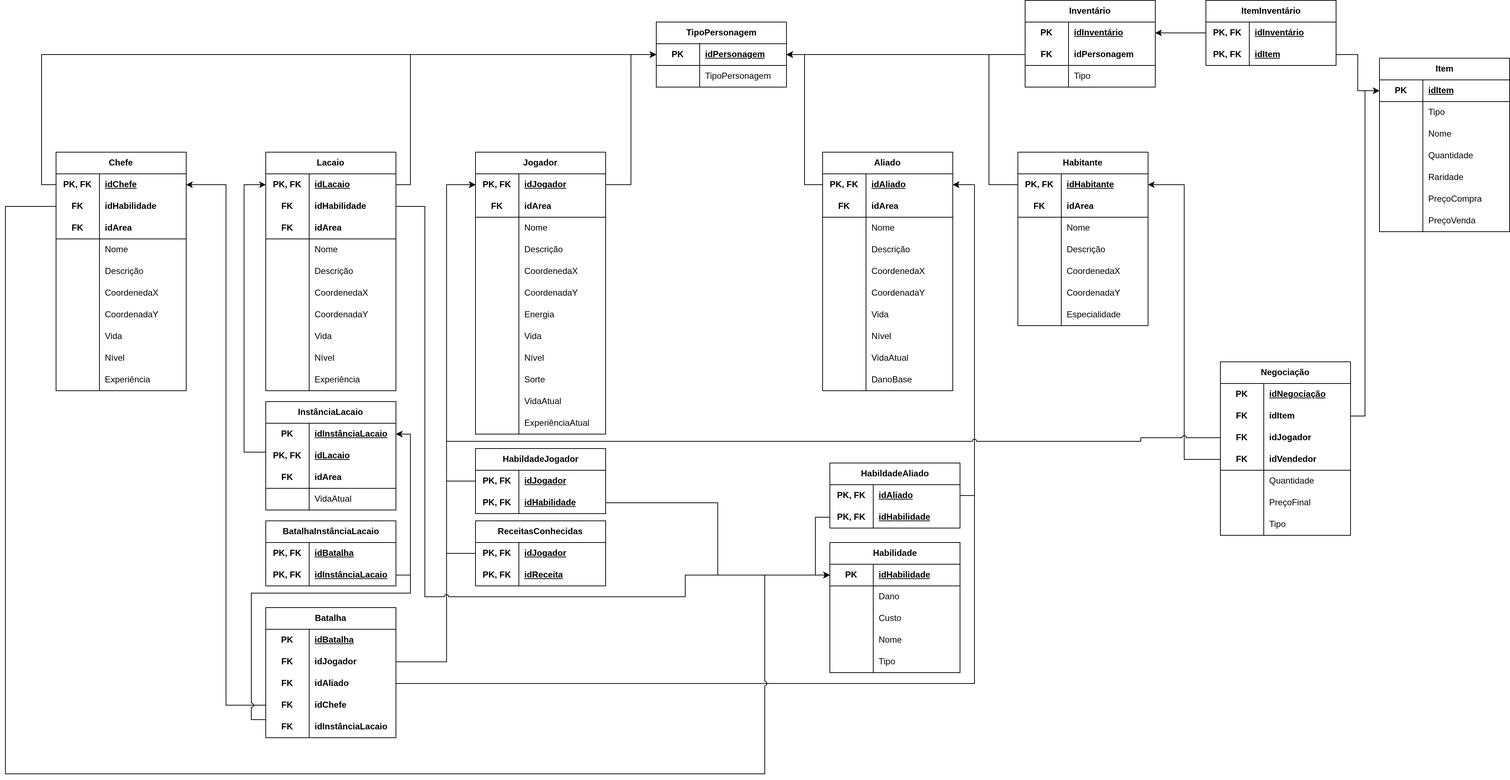
Above: docs/assets/modelo-relacional-personagem-v1.1.png in SBD1/2025.1-Marventura (draw.io), before the change. Source tidied: cells renumbered, new cells last; positions are measured from the earlier drawing's top-left corner, leaving out a move shared by most shapes.
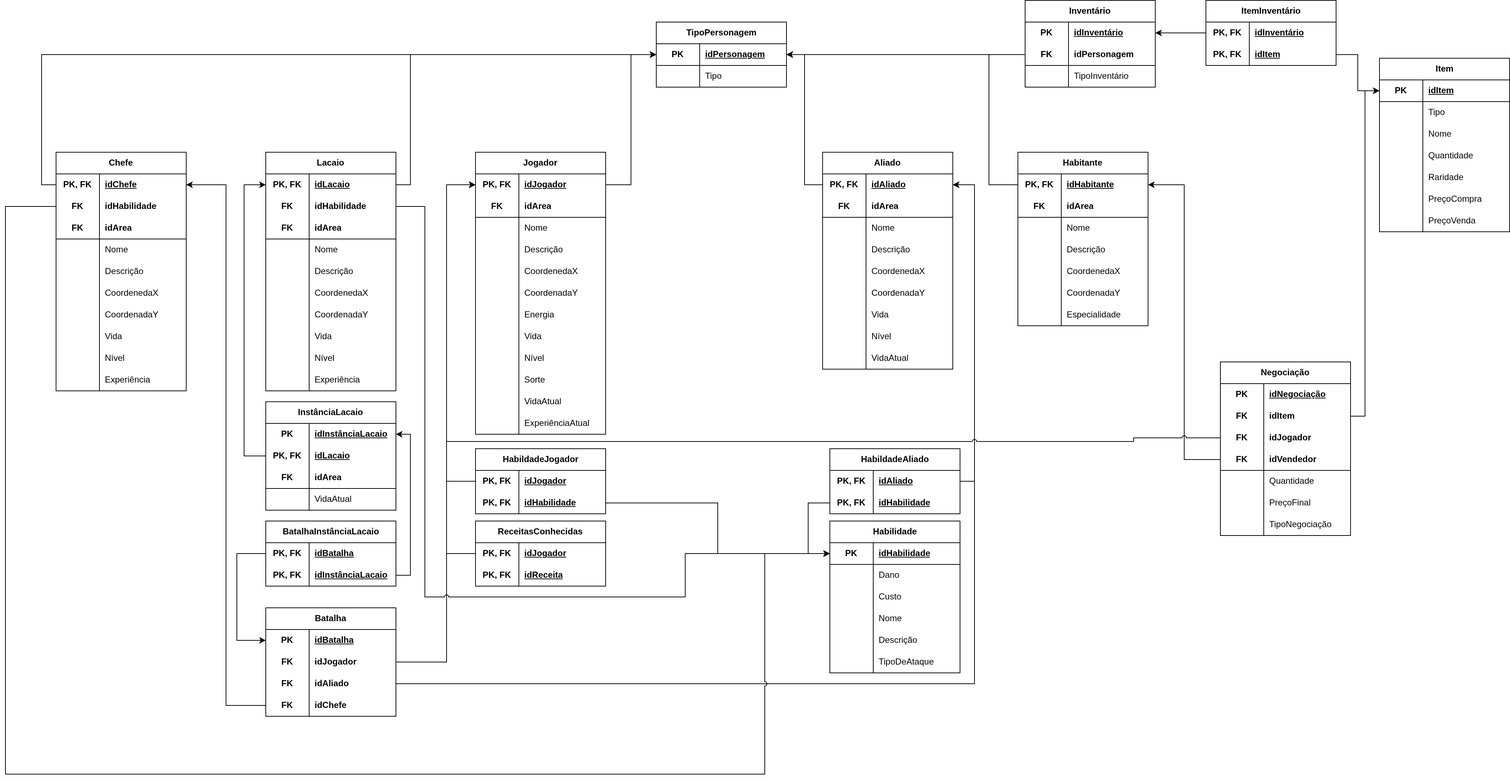
After the commit.

What changed in the source:
```diff
@@ -3,7 +3,7 @@
     <mxCell id="0" />
     <mxCell id="1" parent="0" />
     <mxCell id="2" value="HabildadeAliado" style="shape=table;startSize=30;rowLines=0;fontStyle=1;align=center;html=1;" parent="1" vertex="1">
-      <mxGeometry x="1140" y="640" width="180" height="90" as="geometry" />
+      <mxGeometry x="1140" y="620" width="180" height="90" as="geometry" />
     </mxCell>
     <mxCell id="3" style="shape=tableRow;horizontal=0;startSize=0;swimlaneHead=0;swimlaneBody=0;fillColor=none;points=[[0,0.5],[1,0.5]];portConstraint=eastwest;top=0;left=0;right=0;bottom=0;" parent="2" vertex="1">
       <mxGeometry y="30" width="180" height="30" as="geometry" />
@@ -105,7 +105,7 @@
       <mxGeometry x="60" width="120" height="30" as="geometry" />
     </mxCell>
     <mxCell id="36" value="Habilidade" style="shape=table;startSize=30;rowLines=0;fontStyle=1;align=center;html=1;" parent="1" vertex="1">
-      <mxGeometry x="1140" y="750" width="180" height="180" as="geometry" />
+      <mxGeometry x="1140" y="720" width="180" height="210" as="geometry" />
     </mxCell>
     <mxCell id="37" style="shape=tableRow;horizontal=0;startSize=0;swimlaneHead=0;swimlaneBody=0;fillColor=none;points=[[0,0.5],[1,0.5]];portConstraint=eastwest;top=0;left=0;right=0;bottom=1;" parent="36" vertex="1">
       <mxGeometry y="30" width="180" height="30" as="geometry" />
@@ -143,13 +143,22 @@
     <mxCell id="48" value="Nome" style="shape=partialRectangle;fillColor=none;top=0;left=0;bottom=0;right=0;align=left;spacingLeft=6;overflow=hidden;whiteSpace=wrap;html=1;" parent="46" vertex="1">
       <mxGeometry x="60" width="120" height="30" as="geometry" />
     </mxCell>
+    <mxCell id="320" style="shape=tableRow;horizontal=0;startSize=0;swimlaneHead=0;swimlaneBody=0;fillColor=none;top=0;left=0;right=0;bottom=0;" parent="36" vertex="1">
+      <mxGeometry y="150" width="180" height="30" as="geometry" />
+    </mxCell>
+    <mxCell id="125" style="shape=partialRectangle;fillColor=none;top=0;left=0;bottom=0;right=0;overflow=hidden;whiteSpace=wrap;html=1;" parent="320" vertex="1">
+      <mxGeometry width="60" height="30" as="geometry" />
+    </mxCell>
+    <mxCell id="321" value="Descrição" style="shape=partialRectangle;fillColor=none;top=0;left=0;bottom=0;right=0;align=left;spacingLeft=6;overflow=hidden;whiteSpace=wrap;html=1;" parent="320" vertex="1">
+      <mxGeometry x="60" width="120" height="30" as="geometry" />
+    </mxCell>
     <mxCell id="49" style="shape=tableRow;horizontal=0;startSize=0;swimlaneHead=0;swimlaneBody=0;fillColor=none;top=0;left=0;right=0;bottom=0;" parent="36" vertex="1">
-      <mxGeometry y="150" width="180" height="30" as="geometry" />
+      <mxGeometry y="180" width="180" height="30" as="geometry" />
     </mxCell>
     <mxCell id="50" style="shape=partialRectangle;fillColor=none;top=0;left=0;bottom=0;right=0;overflow=hidden;whiteSpace=wrap;html=1;" parent="49" vertex="1">
       <mxGeometry width="60" height="30" as="geometry" />
     </mxCell>
-    <mxCell id="51" value="Tipo" style="shape=partialRectangle;fillColor=none;top=0;left=0;bottom=0;right=0;align=left;spacingLeft=6;overflow=hidden;whiteSpace=wrap;html=1;" parent="49" vertex="1">
+    <mxCell id="51" value="TipoDeAtaque" style="shape=partialRectangle;fillColor=none;top=0;left=0;bottom=0;right=0;align=left;spacingLeft=6;overflow=hidden;whiteSpace=wrap;html=1;" parent="49" vertex="1">
       <mxGeometry x="60" width="120" height="30" as="geometry" />
     </mxCell>
     <mxCell id="52" value="TipoPersonagem" style="shape=table;startSize=30;rowLines=0;fontStyle=1;align=center;html=1;" parent="1" vertex="1">
@@ -170,7 +179,7 @@
     <mxCell id="57" style="shape=partialRectangle;fillColor=none;top=0;left=0;bottom=0;right=0;overflow=hidden;whiteSpace=wrap;html=1;" parent="56" vertex="1">
       <mxGeometry width="60" height="30" as="geometry" />
     </mxCell>
-    <mxCell id="58" value="TipoPersonagem" style="shape=partialRectangle;fillColor=none;top=0;left=0;bottom=0;right=0;align=left;spacingLeft=6;overflow=hidden;whiteSpace=wrap;html=1;" parent="56" vertex="1">
+    <mxCell id="58" value="Tipo" style="shape=partialRectangle;fillColor=none;top=0;left=0;bottom=0;right=0;align=left;spacingLeft=6;overflow=hidden;whiteSpace=wrap;html=1;" parent="56" vertex="1">
       <mxGeometry x="60" width="120" height="30" as="geometry" />
     </mxCell>
     <mxCell id="59" value="&lt;span style=&quot;text-wrap-mode: nowrap;&quot;&gt;Jogador&lt;/span&gt;" style="shape=table;startSize=30;rowLines=0;fontStyle=1;align=center;html=1;whiteSpace=wrap;" parent="1" vertex="1">
@@ -285,7 +294,7 @@
       <mxGeometry x="60" width="120" height="30" as="geometry" />
     </mxCell>
     <mxCell id="96" value="Aliado" style="shape=table;startSize=30;rowLines=0;fontStyle=1;align=center;html=1;whiteSpace=wrap;" parent="1" vertex="1">
-      <mxGeometry x="1130" y="210" width="180" height="330" as="geometry" />
+      <mxGeometry x="1130" y="210" width="180" height="300" as="geometry" />
     </mxCell>
     <mxCell id="97" style="shape=tableRow;horizontal=0;startSize=0;swimlaneHead=0;swimlaneBody=0;fillColor=none;points=[[0,0.5],[1,0.5]];portConstraint=eastwest;top=0;left=0;right=0;bottom=0;html=1;" parent="96" vertex="1">
       <mxGeometry y="30" width="180" height="30" as="geometry" />
@@ -368,15 +377,6 @@
     <mxCell id="123" value="VidaAtual" style="shape=partialRectangle;fillColor=none;top=0;left=0;bottom=0;right=0;align=left;spacingLeft=6;overflow=hidden;whiteSpace=wrap;html=1;" parent="121" vertex="1">
       <mxGeometry x="60" width="120" height="30" as="geometry" />
     </mxCell>
-    <mxCell id="124" style="shape=tableRow;horizontal=0;startSize=0;swimlaneHead=0;swimlaneBody=0;fillColor=none;top=0;left=0;right=0;bottom=0;" parent="96" vertex="1">
-      <mxGeometry y="300" width="180" height="30" as="geometry" />
-    </mxCell>
-    <mxCell id="125" style="shape=partialRectangle;fillColor=none;top=0;left=0;bottom=0;right=0;overflow=hidden;whiteSpace=wrap;html=1;" parent="124" vertex="1">
-      <mxGeometry width="60" height="30" as="geometry" />
-    </mxCell>
-    <mxCell id="126" value="DanoBase" style="shape=partialRectangle;fillColor=none;top=0;left=0;bottom=0;right=0;align=left;spacingLeft=6;overflow=hidden;whiteSpace=wrap;html=1;" parent="124" vertex="1">
-      <mxGeometry x="60" width="120" height="30" as="geometry" />
-    </mxCell>
     <mxCell id="127" style="edgeStyle=orthogonalEdgeStyle;rounded=0;jettySize=auto;html=1;entryX=1;entryY=0.5;entryDx=0;entryDy=0;exitX=0;exitY=0.5;exitDx=0;exitDy=0;" parent="1" edge="1" source="97" target="53">
       <mxGeometry relative="1" as="geometry" />
     </mxCell>
@@ -387,7 +387,12 @@
       <mxGeometry relative="1" as="geometry" />
     </mxCell>
     <mxCell id="130" style="edgeStyle=orthogonalEdgeStyle;rounded=0;jettySize=auto;html=1;exitX=0;exitY=0.5;exitDx=0;exitDy=0;entryX=0;entryY=0.5;entryDx=0;entryDy=0;" parent="1" edge="1" source="6" target="37">
-      <mxGeometry relative="1" as="geometry" />
+      <mxGeometry relative="1" as="geometry">
+        <Array as="points">
+          <mxPoint x="1110" y="695" />
+          <mxPoint x="1110" y="765" />
+        </Array>
+      </mxGeometry>
     </mxCell>
     <mxCell id="131" value="Inventário" style="shape=table;startSize=30;rowLines=0;fontStyle=1;align=center;html=1;whiteSpace=wrap;" parent="1" vertex="1">
       <mxGeometry x="1410" width="180" height="120" as="geometry" />
@@ -416,7 +421,7 @@
     <mxCell id="139" style="shape=partialRectangle;fillColor=none;top=0;left=0;bottom=0;right=0;overflow=hidden;html=1;whiteSpace=wrap;" parent="138" vertex="1">
       <mxGeometry width="60" height="30" as="geometry" />
     </mxCell>
-    <mxCell id="140" value="Tipo" style="shape=partialRectangle;fillColor=none;top=0;left=0;bottom=0;right=0;align=left;spacingLeft=6;overflow=hidden;html=1;whiteSpace=wrap;" parent="138" vertex="1">
+    <mxCell id="140" value="TipoInventário" style="shape=partialRectangle;fillColor=none;top=0;left=0;bottom=0;right=0;align=left;spacingLeft=6;overflow=hidden;html=1;whiteSpace=wrap;" parent="138" vertex="1">
       <mxGeometry x="60" width="120" height="30" as="geometry" />
     </mxCell>
     <mxCell id="141" style="edgeStyle=orthogonalEdgeStyle;rounded=0;jettySize=auto;html=1;entryX=1;entryY=0.5;entryDx=0;entryDy=0;" parent="1" edge="1" source="135" target="53">
@@ -497,7 +502,7 @@
     <mxCell id="166" style="edgeStyle=orthogonalEdgeStyle;rounded=0;jettySize=auto;html=1;entryX=0;entryY=0.5;entryDx=0;entryDy=0;exitX=0;exitY=0.5;exitDx=0;exitDy=0;" parent="1" edge="1" source="13" target="168">
       <mxGeometry relative="1" as="geometry">
         <Array as="points">
-          <mxPoint x="330" y="625" />
+          <mxPoint x="330" y="630" />
           <mxPoint x="330" y="255" />
         </Array>
       </mxGeometry>
@@ -703,7 +708,7 @@
       <mxGeometry relative="1" as="geometry" />
     </mxCell>
     <mxCell id="232" value="Batalha" style="shape=table;startSize=30;rowLines=0;fontStyle=1;align=center;html=1;whiteSpace=wrap;" parent="1" vertex="1">
-      <mxGeometry x="360" y="840" width="180" height="180" as="geometry" />
+      <mxGeometry x="360" y="840" width="180" height="150" as="geometry" />
     </mxCell>
     <mxCell id="233" style="shape=tableRow;horizontal=0;startSize=0;swimlaneHead=0;swimlaneBody=0;fillColor=none;points=[[0,0.5],[1,0.5]];portConstraint=eastwest;top=0;left=0;right=0;bottom=0;html=1;" parent="232" vertex="1">
       <mxGeometry y="30" width="180" height="30" as="geometry" />
@@ -741,19 +746,10 @@
     <mxCell id="244" value="idChefe" style="shape=partialRectangle;fillColor=none;top=0;left=0;bottom=0;right=0;align=left;spacingLeft=6;fontStyle=1;overflow=hidden;html=1;whiteSpace=wrap;" parent="242" vertex="1">
       <mxGeometry x="60" width="120" height="30" as="geometry" />
     </mxCell>
-    <mxCell id="245" style="shape=tableRow;horizontal=0;startSize=0;swimlaneHead=0;swimlaneBody=0;fillColor=none;points=[[0,0.5],[1,0.5]];portConstraint=eastwest;top=0;left=0;right=0;bottom=1;html=1;" parent="232" vertex="1">
-      <mxGeometry y="150" width="180" height="30" as="geometry" />
-    </mxCell>
-    <mxCell id="246" value="FK" style="shape=partialRectangle;fillColor=none;top=0;left=0;bottom=0;right=0;fontStyle=1;overflow=hidden;html=1;whiteSpace=wrap;" parent="245" vertex="1">
-      <mxGeometry width="60" height="30" as="geometry" />
-    </mxCell>
-    <mxCell id="247" value="idInstânciaLacaio" style="shape=partialRectangle;fillColor=none;top=0;left=0;bottom=0;right=0;align=left;spacingLeft=6;fontStyle=1;overflow=hidden;html=1;whiteSpace=wrap;" parent="245" vertex="1">
-      <mxGeometry x="60" width="120" height="30" as="geometry" />
-    </mxCell>
     <mxCell id="248" style="edgeStyle=orthogonalEdgeStyle;rounded=0;jettySize=auto;html=1;entryX=1;entryY=0.5;entryDx=0;entryDy=0;" parent="1" edge="1" source="242" target="199">
       <mxGeometry relative="1" as="geometry" />
     </mxCell>
-    <mxCell id="249" style="edgeStyle=orthogonalEdgeStyle;rounded=0;jettySize=auto;html=1;entryX=1;entryY=0.5;entryDx=0;entryDy=0;jumpStyle=arc;exitX=0;exitY=0.5;exitDx=0;exitDy=0;" parent="1" edge="1" source="245" target="10">
+    <mxCell id="249" style="edgeStyle=orthogonalEdgeStyle;rounded=0;jettySize=auto;html=1;entryX=1;entryY=0.5;entryDx=0;entryDy=0;jumpStyle=arc;exitX=0;exitY=0.5;exitDx=0;exitDy=0;" parent="1" edge="1" source="x" target="10">
       <mxGeometry relative="1" as="geometry">
         <Array as="points">
           <mxPoint x="360" y="995" />
@@ -786,7 +782,7 @@
           <mxPoint y="285" />
           <mxPoint y="1070" />
           <mxPoint x="1050" y="1070" />
-          <mxPoint x="1050" y="795" />
+          <mxPoint x="1050" y="765" />
         </Array>
       </mxGeometry>
     </mxCell>
@@ -796,7 +792,7 @@
           <mxPoint x="580" y="285" />
           <mxPoint x="580" y="825" />
           <mxPoint x="940" y="825" />
-          <mxPoint x="940" y="795" />
+          <mxPoint x="940" y="765" />
         </Array>
       </mxGeometry>
     </mxCell>
@@ -969,7 +965,7 @@
     <mxCell id="306" style="shape=partialRectangle;fillColor=none;top=0;left=0;bottom=0;right=0;overflow=hidden;html=1;whiteSpace=wrap;" parent="305" vertex="1">
       <mxGeometry width="60" height="30" as="geometry" />
     </mxCell>
-    <mxCell id="307" value="Tipo" style="shape=partialRectangle;fillColor=none;top=0;left=0;bottom=0;right=0;align=left;spacingLeft=6;overflow=hidden;html=1;whiteSpace=wrap;" parent="305" vertex="1">
+    <mxCell id="307" value="TipoNegociação" style="shape=partialRectangle;fillColor=none;top=0;left=0;bottom=0;right=0;align=left;spacingLeft=6;overflow=hidden;html=1;whiteSpace=wrap;" parent="305" vertex="1">
       <mxGeometry x="60" width="120" height="30" as="geometry" />
     </mxCell>
     <mxCell id="308" style="edgeStyle=orthogonalEdgeStyle;rounded=0;jettySize=auto;html=1;entryX=0;entryY=0.5;entryDx=0;entryDy=0;" parent="1" edge="1" source="290" target="144">
@@ -981,8 +977,8 @@
     <mxCell id="310" style="edgeStyle=orthogonalEdgeStyle;rounded=0;jettySize=auto;html=1;entryX=0;entryY=0.5;entryDx=0;entryDy=0;exitX=0;exitY=0.5;exitDx=0;exitDy=0;jumpStyle=arc;" parent="1" edge="1" source="293" target="60">
       <mxGeometry relative="1" as="geometry">
         <Array as="points">
-          <mxPoint x="1570" y="605" />
-          <mxPoint x="1570" y="610" />
+          <mxPoint x="1560" y="605" />
+          <mxPoint x="1560" y="610" />
           <mxPoint x="610" y="610" />
           <mxPoint x="610" y="255" />
         </Array>
@@ -1020,5 +1016,13 @@
     <mxCell id="319" style="edgeStyle=orthogonalEdgeStyle;rounded=0;jettySize=auto;html=1;exitX=1;exitY=0.5;exitDx=0;exitDy=0;entryX=0;entryY=0.5;entryDx=0;entryDy=0;" parent="1" edge="1" source="315" target="37">
       <mxGeometry relative="1" as="geometry" />
     </mxCell>
+    <mxCell id="322" style="edgeStyle=orthogonalEdgeStyle;rounded=0;jettySize=auto;html=1;exitX=0;exitY=0.5;exitDx=0;exitDy=0;entryX=0;entryY=0.5;entryDx=0;entryDy=0;jumpStyle=arc;" parent="1" edge="1" source="23" target="233">
+      <mxGeometry relative="1" as="geometry">
+        <Array as="points">
+          <mxPoint x="320" y="765" />
+          <mxPoint x="320" y="885" />
+        </Array>
+      </mxGeometry>
+    </mxCell>
   </root>
 </mxGraphModel>
```
